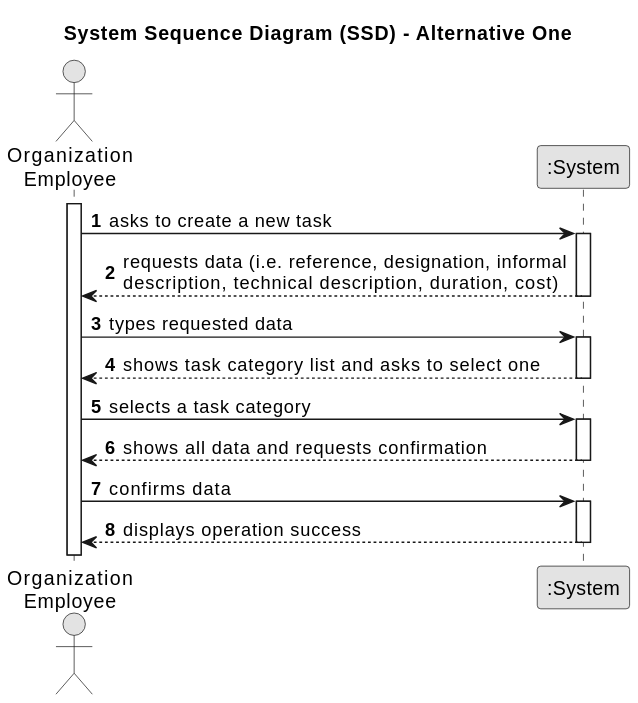
Before: docs/sprintA/US006/01.requirements-engineering/svg/us006-system-sequence-diagram-alternative-one.svg, a diagram exported from PlantUML (Departamento-de-Engenharia-Informatica/lei-24-s2-1dl-g121).
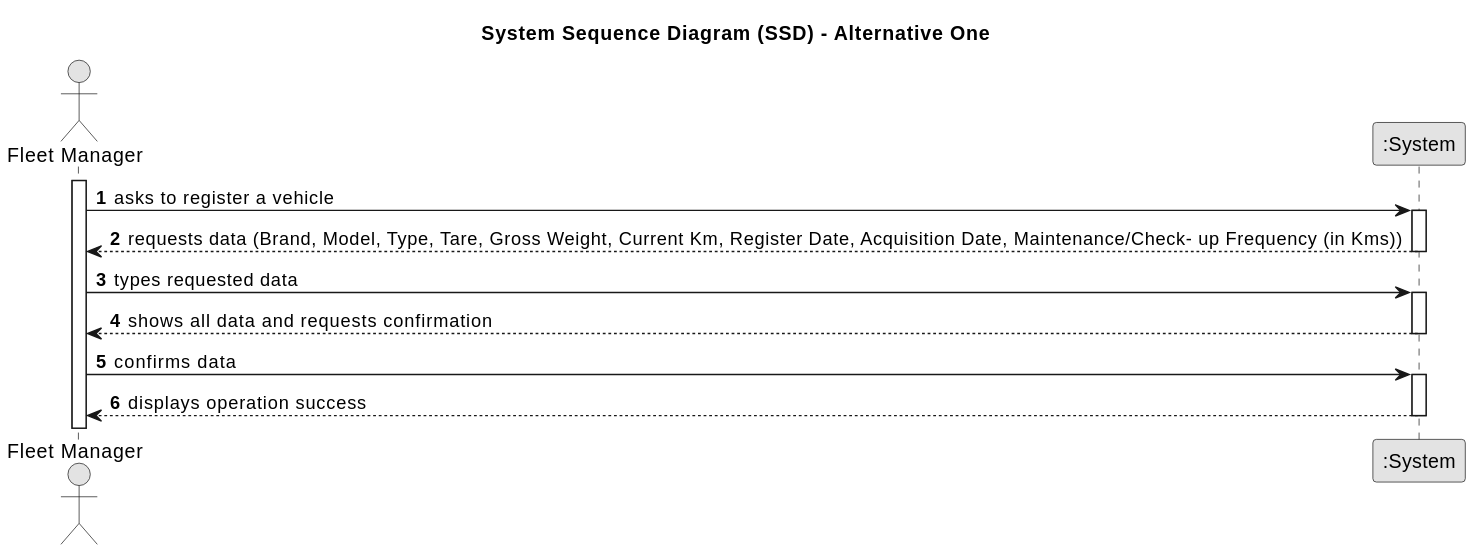
After the change.

What changed in the source:
```diff
@@ -7,24 +7,18 @@
 
 autonumber
 
-actor "Organization\nEmployee" as Employee
+actor "Fleet Manager" as Employee
 participant ":System" as System
 
 activate Employee
 
-    Employee -> System : asks to create a new task
+    Employee -> System : asks to register a vehicle
     activate System
 
-        System --> Employee : requests data (i.e. reference, designation, informal\ndescription, technical description, duration, cost)
+        System --> Employee : requests data (Brand, Model, Type, Tare, Gross Weight, Current Km, Register Date, Acquisition Date, Maintenance/Check- up Frequency (in Kms))
     deactivate System
 
     Employee -> System : types requested data
-    activate System
-
-        System --> Employee : shows task category list and asks to select one
-    deactivate System
-
-    Employee -> System : selects a task category
     activate System
 
         System --> Employee : shows all data and requests confirmation
```
